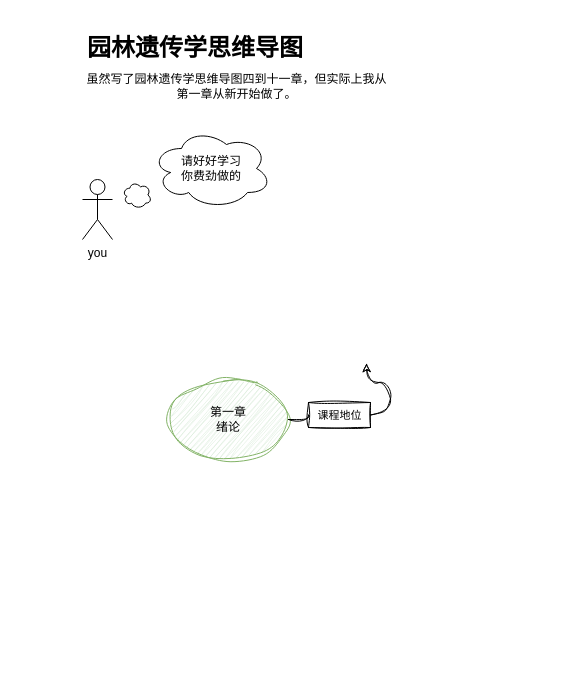
Silly449/MarkDowns keeps this draw.io diagram as 园林遗传学思维导图四至十一章.drawio. Above is the earlier version. Source tidied: cells renumbered, new cells numbered last; positions are measured from the earlier drawing's top-left corner, leaving out a move shared by most shapes. Both pictures are drawn from the tidied source at 100%, with x=0, y=0 at pixel (82, 24).
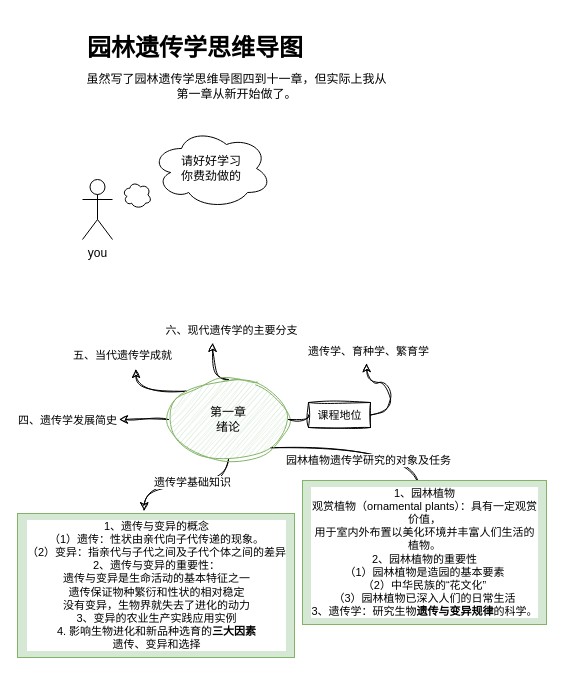
Above is the later version.

Commit message:
更新园林遗传学思维导图四至十一章.drawio

Unchanged cells that the change refers to:
```xml
<mxCell id="8" value="第一章&lt;div&gt;绪论&lt;/div&gt;" style="ellipse;whiteSpace=wrap;html=1;sketch=1;curveFitting=1;jiggle=2;fillColor=#d5e8d4;strokeColor=#82b366;" parent="1" vertex="1">
  <mxGeometry x="86" y="355" width="120" height="80" as="geometry" />
</mxCell>
```

Diff of the diagram source:
```diff
@@
+    <mxCell id="11" style="edgeStyle=orthogonalEdgeStyle;shape=connector;curved=1;rounded=0;sketch=1;jiggle=2;curveFitting=1;jettySize=auto;html=1;exitX=1;exitY=1;exitDx=0;exitDy=0;strokeColor=default;strokeWidth=1;align=center;verticalAlign=middle;fontFamily=Helvetica;fontSize=11;fontColor=default;labelBackgroundColor=default;endArrow=classic;flowAnimation=0;" parent="1" edge="1" source="8">
+      <mxGeometry relative="1" as="geometry">
+        <mxPoint x="336" y="472" as="targetPoint" />
+      </mxGeometry>
+    </mxCell>
+    <mxCell id="12" value="园林植物遗传学研究的对象及任务" style="edgeLabel;html=1;align=center;verticalAlign=middle;fontFamily=Helvetica;fontSize=11;fontColor=default;labelBackgroundColor=default;" parent="11" vertex="1">
+      <mxGeometry x="-0.42" y="-3" relative="1" as="geometry">
+        <mxPoint x="40" y="9" as="offset" />
+      </mxGeometry>
+    </mxCell>
+    <mxCell id="13" style="edgeStyle=orthogonalEdgeStyle;shape=connector;curved=1;rounded=0;sketch=1;jiggle=2;curveFitting=1;jettySize=auto;html=1;exitX=0.5;exitY=1;exitDx=0;exitDy=0;strokeColor=default;strokeWidth=1;align=center;verticalAlign=middle;fontFamily=Helvetica;fontSize=11;fontColor=default;labelBackgroundColor=default;endArrow=classic;flowAnimation=0;" parent="1" edge="1" source="8">
+      <mxGeometry relative="1" as="geometry">
+        <mxPoint x="61.6" y="486.4" as="targetPoint" />
+      </mxGeometry>
+    </mxCell>
+    <mxCell id="14" value="遗传学基础知识" style="edgeLabel;html=1;align=center;verticalAlign=middle;fontFamily=Helvetica;fontSize=11;fontColor=default;labelBackgroundColor=default;" parent="13" vertex="1">
+      <mxGeometry x="-0.09" y="-3" relative="1" as="geometry" />
+    </mxCell>
+    <mxCell id="15" style="edgeStyle=orthogonalEdgeStyle;shape=connector;curved=1;rounded=0;sketch=1;jiggle=2;curveFitting=1;jettySize=auto;html=1;strokeColor=default;strokeWidth=1;align=center;verticalAlign=middle;fontFamily=Helvetica;fontSize=11;fontColor=default;labelBackgroundColor=default;endArrow=classic;flowAnimation=0;" parent="1" edge="1" source="8">
+      <mxGeometry relative="1" as="geometry">
+        <mxPoint x="36.7" y="395" as="targetPoint" />
+      </mxGeometry>
+    </mxCell>
+    <mxCell id="16" value="四、遗传学发展简史" style="edgeLabel;html=1;align=center;verticalAlign=middle;fontFamily=Helvetica;fontSize=11;fontColor=default;labelBackgroundColor=default;" parent="15" vertex="1">
+      <mxGeometry x="0.12" y="-3" relative="1" as="geometry">
+        <mxPoint x="-74" y="3" as="offset" />
+      </mxGeometry>
+    </mxCell>
+    <mxCell id="17" style="edgeStyle=orthogonalEdgeStyle;shape=connector;curved=1;rounded=0;sketch=1;jiggle=2;curveFitting=1;jettySize=auto;html=1;exitX=0;exitY=0;exitDx=0;exitDy=0;strokeColor=default;strokeWidth=1;align=center;verticalAlign=middle;fontFamily=Helvetica;fontSize=11;fontColor=default;labelBackgroundColor=default;endArrow=classic;flowAnimation=0;" parent="1" edge="1" source="8">
+      <mxGeometry relative="1" as="geometry">
+        <mxPoint x="53.3" y="344.8" as="targetPoint" />
+      </mxGeometry>
+    </mxCell>
+    <mxCell id="18" style="edgeStyle=orthogonalEdgeStyle;shape=connector;curved=1;rounded=0;sketch=1;jiggle=2;curveFitting=1;jettySize=auto;html=1;exitX=0.5;exitY=0;exitDx=0;exitDy=0;strokeColor=default;strokeWidth=1;align=center;verticalAlign=middle;fontFamily=Helvetica;fontSize=11;fontColor=default;labelBackgroundColor=default;endArrow=classic;flowAnimation=0;" parent="1" edge="1" source="8">
+      <mxGeometry relative="1" as="geometry">
+        <mxPoint x="130.1" y="318.6" as="targetPoint" />
+      </mxGeometry>
+    </mxCell>
@@
+    <mxCell id="19" value="遗传学、育种学、繁育学" style="text;html=1;align=center;verticalAlign=middle;strokeColor=none;fillColor=none;fontFamily=Helvetica;fontSize=11;fontColor=default;labelBackgroundColor=default;" parent="1" vertex="1">
+      <mxGeometry x="216" y="314" width="139" height="25" as="geometry" />
+    </mxCell>
+    <mxCell id="20" value="1、园林植物&lt;div&gt;观赏植物（ornamental plants）：具有一定观赏&lt;br&gt;价值，&lt;div&gt;用于室内外布置以美化环境并丰富人们生活的&lt;br&gt;植物。&lt;/div&gt;&lt;div&gt;2、园林植物的重要性&lt;/div&gt;&lt;/div&gt;&lt;div&gt;（1）园林植物是造园的基本要素&lt;/div&gt;&lt;div&gt;（2）中华民族的“花文化”&lt;/div&gt;&lt;div&gt;（3）园林植物已深入人们的日常生活&lt;/div&gt;&lt;div&gt;3、遗传学：研究生物&lt;b&gt;遗传与变异规律&lt;/b&gt;的科学。&lt;/div&gt;" style="text;html=1;align=center;verticalAlign=middle;strokeColor=#82b366;fillColor=#d5e8d4;fontFamily=Helvetica;fontSize=11;labelBackgroundColor=default;" parent="1" vertex="1">
+      <mxGeometry x="220" y="456" width="244" height="144" as="geometry" />
+    </mxCell>
+    <mxCell id="21" value="1、遗传与变异的概念&lt;div&gt;（1）遗传：性状由亲代向子代传递的现象。&lt;/div&gt;&lt;div&gt;（2）变异：指亲代与子代之间及子代个体之间的差异&lt;/div&gt;&lt;div&gt;2、遗传与变异的重要性：&lt;/div&gt;&lt;div&gt;遗传与变异是生命活动的基本特征之一&lt;br&gt;遗传保证物种繁衍和性状的相对稳定&lt;br&gt;没有变异，生物界就失去了进化的动力&lt;/div&gt;&lt;div&gt;3、变异的农业生产实践应用实例&lt;/div&gt;&lt;div&gt;4. 影响生物进化和新品种选育的&lt;b&gt;三大因素&lt;/b&gt;&lt;/div&gt;&lt;div&gt;遗传、变异和选择&lt;/div&gt;" style="text;html=1;align=center;verticalAlign=middle;strokeColor=#82b366;fillColor=#d5e8d4;fontFamily=Helvetica;fontSize=11;labelBackgroundColor=default;" parent="1" vertex="1">
+      <mxGeometry x="-65" y="489" width="277" height="144" as="geometry" />
+    </mxCell>
+    <mxCell id="22" value="五、当代遗传学成就" style="text;html=1;align=center;verticalAlign=middle;strokeColor=none;fillColor=none;fontFamily=Helvetica;fontSize=11;fontColor=default;labelBackgroundColor=default;" parent="1" vertex="1">
+      <mxGeometry x="-19" y="318" width="117" height="25" as="geometry" />
+    </mxCell>
+    <mxCell id="23" value="六、现代遗传学的主要分支" style="text;html=1;align=center;verticalAlign=middle;strokeColor=none;fillColor=none;fontFamily=Helvetica;fontSize=11;fontColor=default;labelBackgroundColor=default;" parent="1" vertex="1">
+      <mxGeometry x="74" y="293" width="150" height="25" as="geometry" />
+    </mxCell>
```
